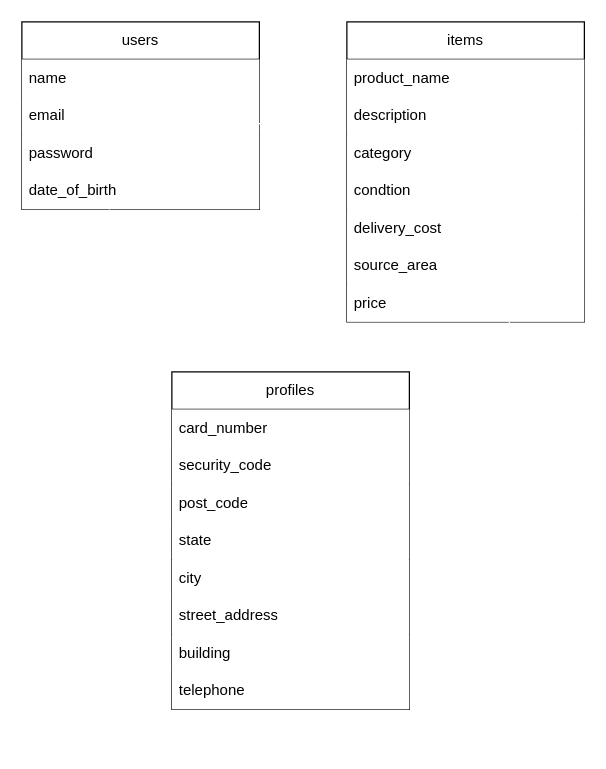
Above: furima-39699.dio in nosukepg1997/furima-39699 (draw.io), before the change. Source tidied: cells renumbered, new cells numbered last; positions are measured from the earlier drawing's top-left corner, leaving out a move shared by most shapes. Both pictures are drawn from the tidied source at 125%, with x=0, y=0 at pixel (21, 21).
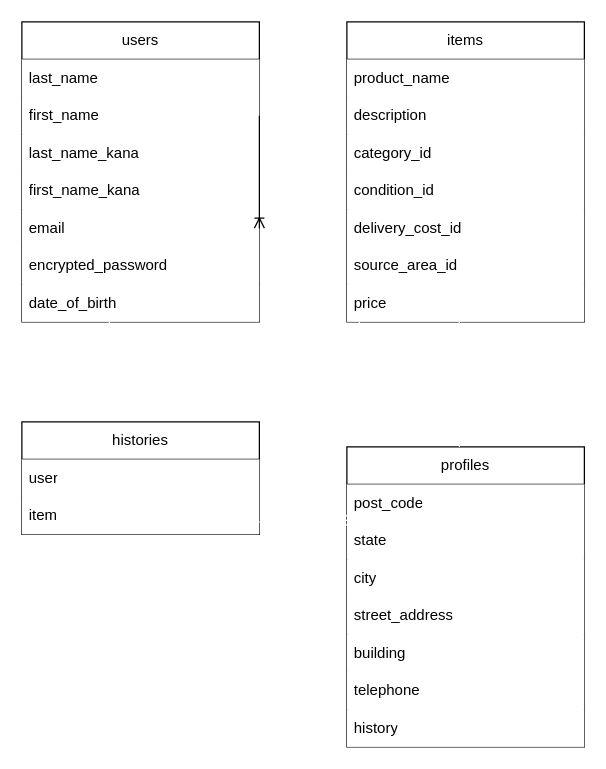
The same page after the edit.

Commit message (it also covers changes not shown here):
レビュー修正

The change refers to these unchanged cells:
```xml
<mxCell id="8" value="items" style="swimlane;fontStyle=0;horizontal=1;startSize=30;whiteSpace=wrap;html=1;fillColor=default;" parent="1" vertex="1">
  <mxGeometry x="260" width="190" height="240" as="geometry" />
</mxCell>
```

Change to the diagram source:
```diff
@@
     <mxCell id="2" value="users" style="swimlane;fontStyle=0;horizontal=1;startSize=30;whiteSpace=wrap;html=1;fontColor=default;" parent="1" vertex="1">
-      <mxGeometry width="190" height="150" as="geometry" />
+      <mxGeometry width="190" height="240" as="geometry" />
     </mxCell>
-    <mxCell id="3" value="name" style="text;align=left;verticalAlign=middle;spacingLeft=4;spacingRight=4;overflow=hidden;whiteSpace=wrap;html=1;fillColor=default;" parent="2" vertex="1">
+    <mxCell id="3" value="last_name&amp;nbsp;" style="text;align=left;verticalAlign=middle;spacingLeft=4;spacingRight=4;overflow=hidden;whiteSpace=wrap;html=1;fillColor=default;" parent="2" vertex="1">
       <mxGeometry y="30" width="190" height="30" as="geometry" />
     </mxCell>
+    <mxCell id="30" value="first_name" style="text;align=left;verticalAlign=middle;spacingLeft=4;spacingRight=4;overflow=hidden;whiteSpace=wrap;html=1;fillColor=default;" parent="2" vertex="1">
+      <mxGeometry y="60" width="190" height="30" as="geometry" />
+    </mxCell>
+    <mxCell id="31" value="last_name_kana" style="text;align=left;verticalAlign=middle;spacingLeft=4;spacingRight=4;overflow=hidden;whiteSpace=wrap;html=1;fillColor=default;" parent="2" vertex="1">
+      <mxGeometry y="90" width="190" height="30" as="geometry" />
+    </mxCell>
+    <mxCell id="32" value="first_name_kana" style="text;align=left;verticalAlign=middle;spacingLeft=4;spacingRight=4;overflow=hidden;whiteSpace=wrap;html=1;fillColor=default;" parent="2" vertex="1">
+      <mxGeometry y="120" width="190" height="30" as="geometry" />
+    </mxCell>
     <mxCell id="4" value="email" style="text;align=left;verticalAlign=middle;spacingLeft=4;spacingRight=4;overflow=hidden;points=[[0,0.5],[1,0.5]];portConstraint=eastwest;whiteSpace=wrap;html=1;fillColor=default;" parent="2" vertex="1">
-      <mxGeometry y="60" width="190" height="30" as="geometry" />
+      <mxGeometry y="150" width="190" height="30" as="geometry" />
     </mxCell>
-    <mxCell id="5" value="password" style="text;align=left;verticalAlign=middle;spacingLeft=4;spacingRight=4;overflow=hidden;whiteSpace=wrap;html=1;fillColor=default;" parent="2" vertex="1">
-      <mxGeometry y="90" width="190" height="30" as="geometry" />
+    <mxCell id="5" value="encrypted_password" style="text;align=left;verticalAlign=middle;spacingLeft=4;spacingRight=4;overflow=hidden;whiteSpace=wrap;html=1;fillColor=default;" parent="2" vertex="1">
+      <mxGeometry y="180" width="190" height="30" as="geometry" />
     </mxCell>
     <mxCell id="6" value="date_of_birth" style="text;align=left;verticalAlign=middle;spacingLeft=4;spacingRight=4;overflow=hidden;whiteSpace=wrap;html=1;fillColor=default;" parent="2" vertex="1">
-      <mxGeometry y="120" width="190" height="30" as="geometry" />
+      <mxGeometry y="210" width="190" height="30" as="geometry" />
     </mxCell>
@@
-    <mxCell id="11" value="category" style="text;strokeColor=none;fillColor=default;align=left;verticalAlign=middle;spacingLeft=4;spacingRight=4;overflow=hidden;whiteSpace=wrap;html=1;" parent="8" vertex="1">
+    <mxCell id="11" value="category_id" style="text;strokeColor=none;fillColor=default;align=left;verticalAlign=middle;spacingLeft=4;spacingRight=4;overflow=hidden;whiteSpace=wrap;html=1;" parent="8" vertex="1">
       <mxGeometry y="90" width="190" height="30" as="geometry" />
     </mxCell>
-    <mxCell id="12" value="condtion" style="text;strokeColor=none;fillColor=default;align=left;verticalAlign=middle;spacingLeft=4;spacingRight=4;overflow=hidden;whiteSpace=wrap;html=1;" parent="8" vertex="1">
+    <mxCell id="12" value="condition_id" style="text;strokeColor=none;fillColor=default;align=left;verticalAlign=middle;spacingLeft=4;spacingRight=4;overflow=hidden;whiteSpace=wrap;html=1;" parent="8" vertex="1">
       <mxGeometry y="120" width="190" height="30" as="geometry" />
     </mxCell>
-    <mxCell id="13" value="delivery_cost" style="text;strokeColor=none;fillColor=default;align=left;verticalAlign=middle;spacingLeft=4;spacingRight=4;overflow=hidden;whiteSpace=wrap;html=1;" parent="8" vertex="1">
+    <mxCell id="13" value="delivery_cost_id" style="text;strokeColor=none;fillColor=default;align=left;verticalAlign=middle;spacingLeft=4;spacingRight=4;overflow=hidden;whiteSpace=wrap;html=1;" parent="8" vertex="1">
       <mxGeometry y="150" width="190" height="30" as="geometry" />
     </mxCell>
-    <mxCell id="14" value="source_area" style="text;strokeColor=none;fillColor=default;align=left;verticalAlign=middle;spacingLeft=4;spacingRight=4;overflow=hidden;whiteSpace=wrap;html=1;" parent="8" vertex="1">
+    <mxCell id="14" value="source_area_id" style="text;strokeColor=none;fillColor=default;align=left;verticalAlign=middle;spacingLeft=4;spacingRight=4;overflow=hidden;whiteSpace=wrap;html=1;" parent="8" vertex="1">
       <mxGeometry y="180" width="190" height="30" as="geometry" />
     </mxCell>
@@
-    <mxCell id="17" style="edgeStyle=none;html=1;startArrow=ERmany;startFill=0;endArrow=none;endFill=0;exitX=0.002;exitY=0.317;exitDx=0;exitDy=0;exitPerimeter=0;strokeColor=#FFFFFF;" parent="1" edge="1" source="19">
-      <mxGeometry relative="1" as="geometry">
-        <mxPoint x="70" y="320" as="targetPoint" />
-      </mxGeometry>
-    </mxCell>
     <mxCell id="18" value="profiles" style="swimlane;fontStyle=0;horizontal=1;startSize=30;whiteSpace=wrap;html=1;" parent="1" vertex="1">
-      <mxGeometry x="120" y="280" width="190" height="270" as="geometry" />
+      <mxGeometry x="260" y="340" width="190" height="240" as="geometry" />
     </mxCell>
-    <mxCell id="19" value="card_number" style="text;strokeColor=none;fillColor=default;align=left;verticalAlign=middle;spacingLeft=4;spacingRight=4;overflow=hidden;points=[[0,0.5],[1,0.5]];portConstraint=eastwest;whiteSpace=wrap;html=1;" parent="18" vertex="1">
-      <mxGeometry y="30" width="190" height="30" as="geometry" />
-    </mxCell>
-    <mxCell id="20" value="security_code" style="text;strokeColor=none;fillColor=default;align=left;verticalAlign=middle;spacingLeft=4;spacingRight=4;overflow=hidden;whiteSpace=wrap;html=1;" parent="18" vertex="1">
-      <mxGeometry y="60" width="190" height="30" as="geometry" />
-    </mxCell>
     <mxCell id="21" value="post_code" style="text;strokeColor=none;fillColor=default;align=left;verticalAlign=middle;spacingLeft=4;spacingRight=4;overflow=hidden;whiteSpace=wrap;html=1;" parent="18" vertex="1">
-      <mxGeometry y="90" width="190" height="30" as="geometry" />
+      <mxGeometry y="30" width="190" height="30" as="geometry" />
     </mxCell>
     <mxCell id="22" value="state" style="text;strokeColor=none;fillColor=default;align=left;verticalAlign=middle;spacingLeft=4;spacingRight=4;overflow=hidden;points=[[0,0.5],[1,0.5]];portConstraint=eastwest;whiteSpace=wrap;html=1;" parent="18" vertex="1">
-      <mxGeometry y="120" width="190" height="30" as="geometry" />
+      <mxGeometry y="60" width="190" height="30" as="geometry" />
     </mxCell>
     <mxCell id="23" value="city" style="text;strokeColor=none;fillColor=default;align=left;verticalAlign=middle;spacingLeft=4;spacingRight=4;overflow=hidden;whiteSpace=wrap;html=1;" parent="18" vertex="1">
-      <mxGeometry y="150" width="190" height="30" as="geometry" />
+      <mxGeometry y="90" width="190" height="30" as="geometry" />
     </mxCell>
     <mxCell id="24" value="street_address" style="text;strokeColor=none;fillColor=default;align=left;verticalAlign=middle;spacingLeft=4;spacingRight=4;overflow=hidden;whiteSpace=wrap;html=1;" parent="18" vertex="1">
-      <mxGeometry y="180" width="190" height="30" as="geometry" />
+      <mxGeometry y="120" width="190" height="30" as="geometry" />
     </mxCell>
     <mxCell id="25" value="building" style="text;strokeColor=none;fillColor=default;align=left;verticalAlign=middle;spacingLeft=4;spacingRight=4;overflow=hidden;whiteSpace=wrap;html=1;" parent="18" vertex="1">
-      <mxGeometry y="210" width="190" height="30" as="geometry" />
+      <mxGeometry y="150" width="190" height="30" as="geometry" />
     </mxCell>
     <mxCell id="26" value="telephone" style="text;strokeColor=none;fillColor=default;align=left;verticalAlign=middle;spacingLeft=4;spacingRight=4;overflow=hidden;whiteSpace=wrap;html=1;" parent="18" vertex="1">
-      <mxGeometry y="240" width="190" height="30" as="geometry" />
+      <mxGeometry y="180" width="190" height="30" as="geometry" />
     </mxCell>
+    <mxCell id="33" value="history" style="text;strokeColor=none;fillColor=default;align=left;verticalAlign=middle;spacingLeft=4;spacingRight=4;overflow=hidden;whiteSpace=wrap;html=1;" parent="18" vertex="1">
+      <mxGeometry y="210" width="190" height="30" as="geometry" />
+    </mxCell>
-    <mxCell id="27" style="edgeStyle=none;html=1;startArrow=ERone;startFill=0;endArrow=none;endFill=0;strokeColor=#FFFFFF;" parent="1" edge="1">
+    <mxCell id="27" style="edgeStyle=none;html=1;startArrow=ERone;startFill=0;endArrow=ERmany;endFill=0;strokeColor=#FFFFFF;" parent="1" edge="1">
       <mxGeometry relative="1" as="geometry">
-        <mxPoint x="70" y="150" as="sourcePoint" />
+        <mxPoint x="70" y="240" as="sourcePoint" />
         <mxPoint x="70" y="320" as="targetPoint" />
       </mxGeometry>
     </mxCell>
     <mxCell id="28" style="edgeStyle=none;html=1;startArrow=ERone;startFill=0;endArrow=none;endFill=0;strokeColor=#FFFFFF;" parent="1" edge="1">
       <mxGeometry relative="1" as="geometry">
-        <mxPoint x="390" y="240" as="sourcePoint" />
-        <mxPoint x="390" y="400" as="targetPoint" />
+        <mxPoint x="270" y="240" as="sourcePoint" />
+        <mxPoint x="270" y="330" as="targetPoint" />
       </mxGeometry>
     </mxCell>
-    <mxCell id="29" style="edgeStyle=none;html=1;startArrow=ERone;startFill=0;endArrow=none;endFill=0;strokeColor=#FFFFFF;exitX=1.003;exitY=0.011;exitDx=0;exitDy=0;exitPerimeter=0;" parent="1" edge="1" source="22">
+    <mxCell id="29" style="edgeStyle=none;html=1;startArrow=ERone;startFill=0;endArrow=none;endFill=0;strokeColor=#FFFFFF;" parent="1" edge="1">
       <mxGeometry relative="1" as="geometry">
-        <mxPoint x="390" y="400" as="targetPoint" />
+        <mxPoint x="190" y="330" as="sourcePoint" />
+        <mxPoint x="270" y="330" as="targetPoint" />
       </mxGeometry>
     </mxCell>
+    <mxCell id="34" value="histories" style="swimlane;fontStyle=0;horizontal=1;startSize=30;whiteSpace=wrap;html=1;" parent="1" vertex="1">
+      <mxGeometry y="320" width="190" height="90" as="geometry" />
+    </mxCell>
+    <mxCell id="35" value="user" style="text;strokeColor=none;fillColor=default;align=left;verticalAlign=middle;spacingLeft=4;spacingRight=4;overflow=hidden;whiteSpace=wrap;html=1;" parent="34" vertex="1">
+      <mxGeometry y="30" width="190" height="30" as="geometry" />
+    </mxCell>
+    <mxCell id="36" value="item" style="text;strokeColor=none;fillColor=default;align=left;verticalAlign=middle;spacingLeft=4;spacingRight=4;overflow=hidden;points=[[0,0.5],[1,0.5]];portConstraint=eastwest;whiteSpace=wrap;html=1;" parent="34" vertex="1">
+      <mxGeometry y="60" width="190" height="30" as="geometry" />
+    </mxCell>
+    <mxCell id="37" style="edgeStyle=none;html=1;startArrow=ERone;startFill=0;endArrow=ERmany;endFill=0;strokeColor=#FFFFFF;exitX=1;exitY=0.667;exitDx=0;exitDy=0;entryX=0.002;entryY=-0.039;entryDx=0;entryDy=0;entryPerimeter=0;exitPerimeter=0;" parent="1" edge="1" source="36" target="22">
+      <mxGeometry relative="1" as="geometry" />
+    </mxCell>
+    <mxCell id="38" style="edgeStyle=none;html=1;startArrow=ERone;startFill=0;endArrow=ERone;endFill=0;strokeColor=#FFFFFF;entryX=0.474;entryY=0;entryDx=0;entryDy=0;entryPerimeter=0;" parent="1" edge="1" target="18">
+      <mxGeometry relative="1" as="geometry">
+        <mxPoint x="350" y="240" as="sourcePoint" />
+      </mxGeometry>
+    </mxCell>
```
